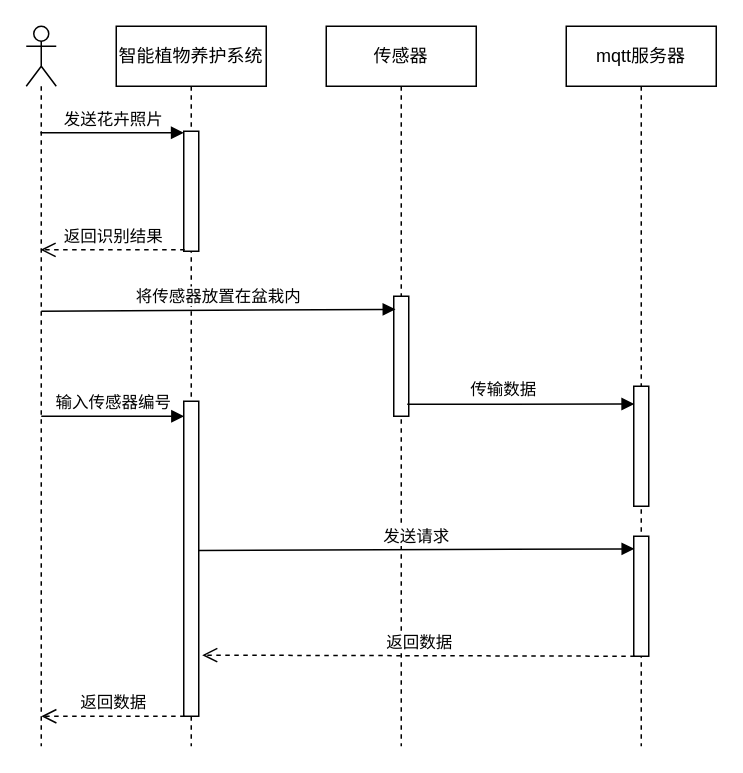
Above: 软著1顺序图.drawio in SixteenTime/aboutSome (draw.io), before the change. Source tidied: cells renumbered, new cells numbered last; positions are measured from the earlier drawing's top-left corner, leaving out a move shared by most shapes. Both pictures are drawn from the tidied source at 150%, with x=0, y=0 at pixel (26, 26).
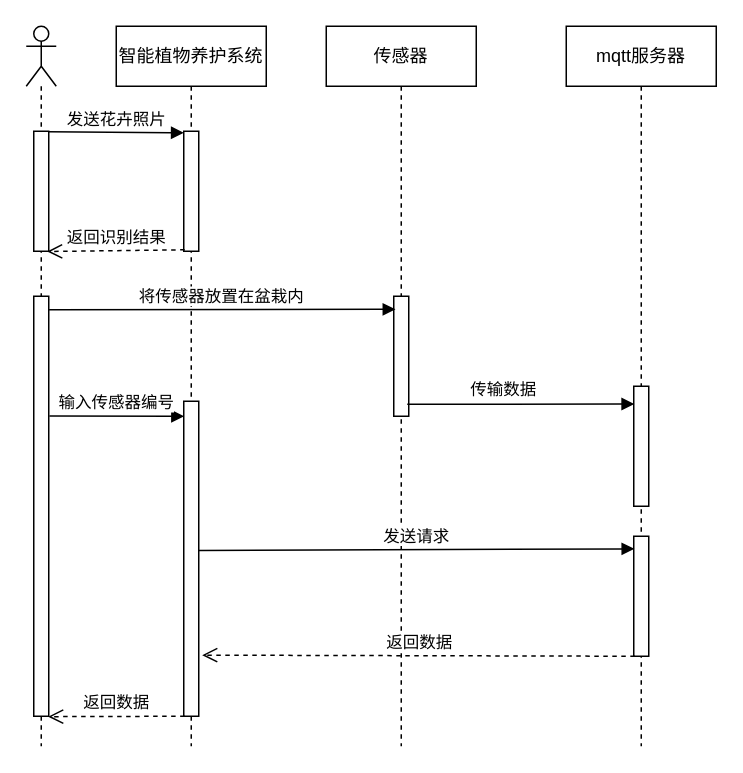
After the change.

Commit message:
更新软著1顺序图.drawio

Unchanged cells that the change refers to:
```xml
<mxCell id="2" style="shape=umlLifeline;participant=umlActor;perimeter=lifelinePerimeter;whiteSpace=wrap;html=1;verticalAlign=top;spacingTop=36;outlineConnect=0;" parent="1" vertex="1">
  <mxGeometry width="20" height="480" as="geometry" />
</mxCell>
<mxCell id="4" style="html=1;points=[];perimeter=orthogonalPerimeter;" parent="3" vertex="1">
  <mxGeometry x="45" y="70" width="10" height="80" as="geometry" />
</mxCell>
<mxCell id="7" style="html=1;points=[];perimeter=orthogonalPerimeter;" parent="6" vertex="1">
  <mxGeometry x="45" y="180" width="10" height="80" as="geometry" />
</mxCell>
```

The edit, as a diff of the source:
```diff
@@
+    <mxCell id="19" style="html=1;points=[];perimeter=orthogonalPerimeter;" parent="2" vertex="1">
+      <mxGeometry x="5" y="70" width="10" height="80" as="geometry" />
+    </mxCell>
+    <mxCell id="20" style="html=1;points=[];perimeter=orthogonalPerimeter;" parent="2" vertex="1">
+      <mxGeometry x="5" y="180" width="10" height="280" as="geometry" />
+    </mxCell>
@@
-    <mxCell id="8" value="发送花卉照片" style="html=1;verticalAlign=bottom;endArrow=block;" parent="1" edge="1" source="2">
+    <mxCell id="8" value="发送花卉照片" style="html=1;verticalAlign=bottom;endArrow=block;exitX=0.962;exitY=0.005;exitDx=0;exitDy=0;exitPerimeter=0;" parent="1" edge="1" source="19">
       <mxGeometry relative="1" as="geometry">
         <mxPoint x="105" y="71" as="targetPoint" />
       </mxGeometry>
     </mxCell>
-    <mxCell id="9" value="返回识别结果" style="html=1;verticalAlign=bottom;endArrow=open;dashed=1;endSize=8;exitX=0.06;exitY=0.988;exitDx=0;exitDy=0;exitPerimeter=0;" parent="1" edge="1" source="4" target="2">
+    <mxCell id="9" value="返回识别结果" style="html=1;verticalAlign=bottom;endArrow=open;dashed=1;endSize=8;exitX=0.06;exitY=0.988;exitDx=0;exitDy=0;exitPerimeter=0;entryX=0.89;entryY=1.002;entryDx=0;entryDy=0;entryPerimeter=0;" parent="1" edge="1" source="4" target="19">
       <mxGeometry relative="1" as="geometry" />
     </mxCell>
-    <mxCell id="10" value="输入传感器编号" style="html=1;verticalAlign=bottom;endArrow=block;" parent="1" edge="1">
+    <mxCell id="10" value="输入传感器编号" style="html=1;verticalAlign=bottom;endArrow=block;exitX=1.044;exitY=0.285;exitDx=0;exitDy=0;exitPerimeter=0;" parent="1" edge="1" source="20">
       <mxGeometry relative="1" as="geometry">
-        <mxPoint x="10" y="260" as="sourcePoint" />
         <mxPoint x="105.2" y="260" as="targetPoint" />
       </mxGeometry>
     </mxCell>
-    <mxCell id="11" value="将传感器放置在盆栽内" style="html=1;verticalAlign=bottom;endArrow=block;entryX=0.114;entryY=0.109;entryDx=0;entryDy=0;entryPerimeter=0;" parent="1" edge="1" target="7">
-      <mxGeometry relative="1" as="geometry">
-        <mxPoint x="10" y="190" as="sourcePoint" />
-      </mxGeometry>
+    <mxCell id="11" value="将传感器放置在盆栽内" style="html=1;verticalAlign=bottom;endArrow=block;entryX=0.114;entryY=0.109;entryDx=0;entryDy=0;entryPerimeter=0;exitX=1.022;exitY=0.032;exitDx=0;exitDy=0;exitPerimeter=0;" parent="1" edge="1" source="20" target="7">
+      <mxGeometry relative="1" as="geometry" />
     </mxCell>
@@
-    <mxCell id="18" value="返回数据" style="html=1;verticalAlign=bottom;endArrow=open;dashed=1;endSize=8;exitX=0.06;exitY=0.988;exitDx=0;exitDy=0;exitPerimeter=0;" parent="1" edge="1">
+    <mxCell id="18" value="返回数据" style="html=1;verticalAlign=bottom;endArrow=open;dashed=1;endSize=8;exitX=0.06;exitY=0.988;exitDx=0;exitDy=0;exitPerimeter=0;entryX=0.96;entryY=1.001;entryDx=0;entryDy=0;entryPerimeter=0;" parent="1" edge="1" target="20">
       <mxGeometry relative="1" as="geometry">
         <mxPoint x="105.6" y="460" as="sourcePoint" />
-        <mxPoint x="10" y="460" as="targetPoint" />
       </mxGeometry>
     </mxCell>
```
